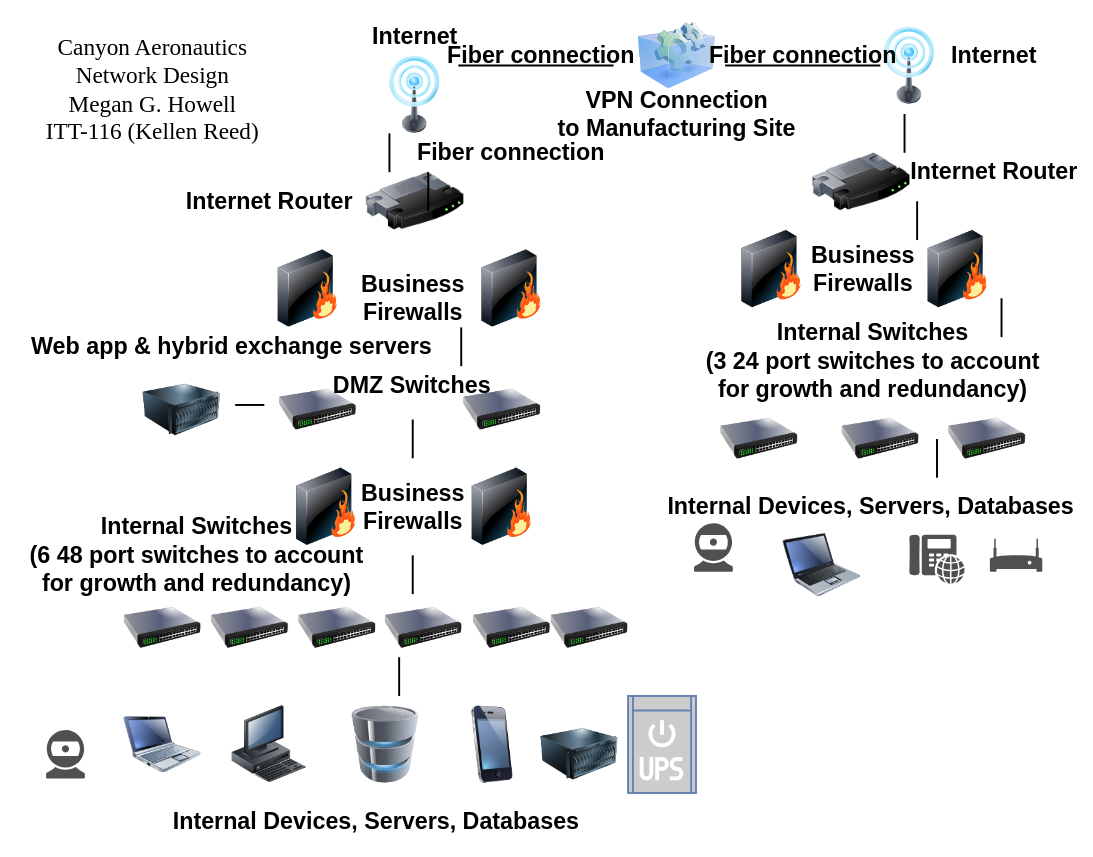
Earlier version of the draw.io diagram netdiagrams/Untitled Diagram.drawio (cyberqueenmeg/itt-116). Source tidied: cells renumbered, new cells numbered last; positions are measured from the earlier drawing's top-left corner, leaving out a move shared by most shapes. Both pictures are drawn from the tidied source at 97%, with x=0, y=0 at pixel (16, -13).
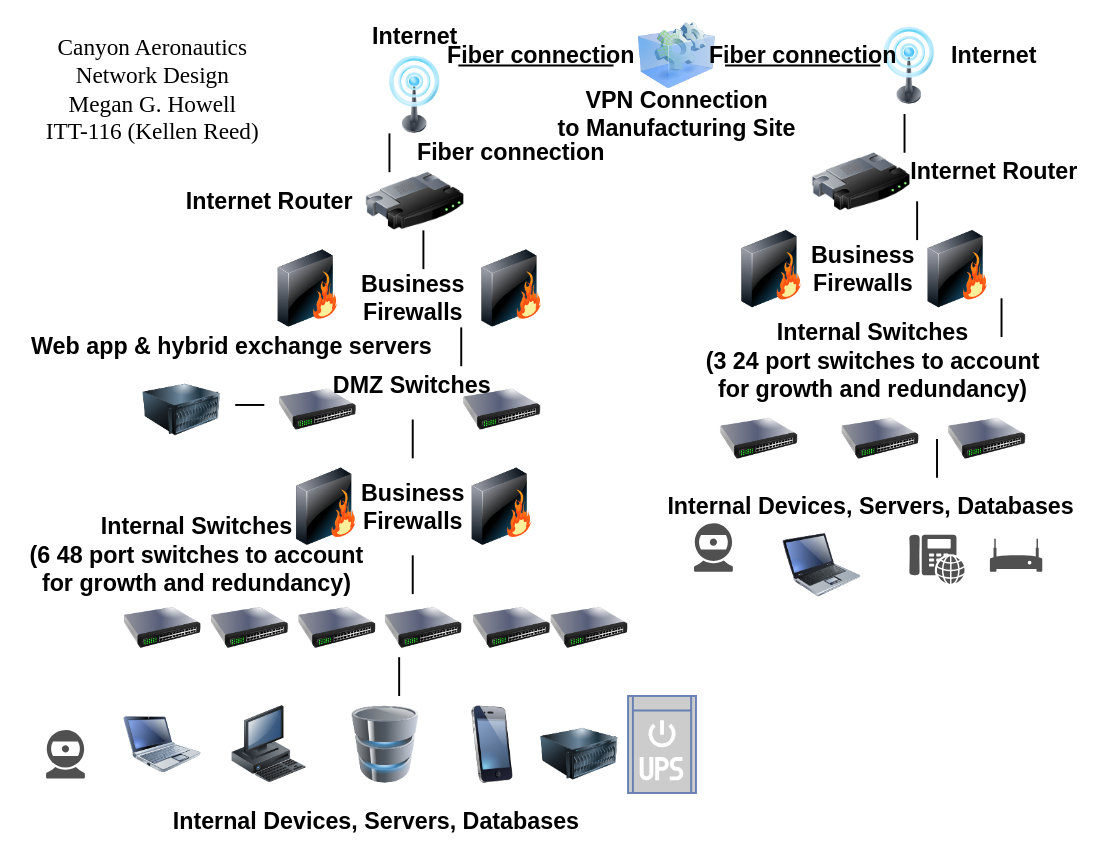
The same page after the edit.

Diff of the diagram source:
```diff
@@
-    <mxCell id="66" style="line;strokeWidth=2;direction=south;html=1;" parent="1" vertex="1">
-      <mxGeometry x="419" y="190" width="10" height="40" as="geometry" />
-    </mxCell>
+    <mxCell id="67" style="line;strokeWidth=2;direction=south;html=1;" parent="1" vertex="1">
+      <mxGeometry x="414" y="250" width="10" height="40" as="geometry" />
+    </mxCell>
```
